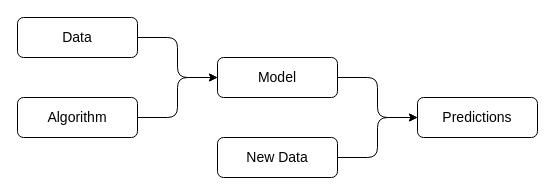
Earlier version of the draw.io diagram page "Modelling" (1 of 5) of docs/source/images/modelling.drawio (myautoml/myautoml). Source tidied: cells renumbered, new cells numbered last; positions are measured from the earlier drawing's top-left corner, leaving out a move shared by most shapes. Both pictures are drawn from the tidied source at 100%, with x=0, y=0 at pixel (17, 17).
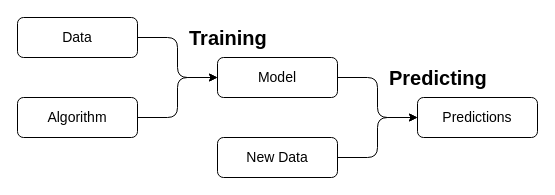
Above is the later version.

Commit message (it also covers changes not shown here):
Added labels to modelling diagram

Diff of the diagram source:
```diff
@@
 <mxGraphModel>
   <root>
     <mxCell id="0" />
     <mxCell id="1" parent="0" />
     <mxCell id="2" style="edgeStyle=orthogonalEdgeStyle;rounded=1;jettySize=auto;html=1;fontFamily=Arial;fontSize=14;" parent="1" edge="1" source="3" target="7">
       <mxGeometry relative="1" as="geometry" />
     </mxCell>
     <mxCell id="3" value="Data" style="rounded=1;whiteSpace=wrap;html=1;fontFamily=Arial;fontSize=14;" parent="1" vertex="1">
       <mxGeometry width="120" height="40" as="geometry" />
     </mxCell>
     <mxCell id="4" style="edgeStyle=orthogonalEdgeStyle;rounded=1;jettySize=auto;html=1;fontFamily=Arial;fontSize=14;" parent="1" edge="1" source="5" target="7">
       <mxGeometry relative="1" as="geometry" />
     </mxCell>
     <mxCell id="5" value="Algorithm" style="rounded=1;whiteSpace=wrap;html=1;fontFamily=Arial;fontSize=14;" parent="1" vertex="1">
       <mxGeometry y="80" width="120" height="40" as="geometry" />
     </mxCell>
     <mxCell id="6" style="edgeStyle=orthogonalEdgeStyle;rounded=1;jettySize=auto;html=1;entryX=0;entryY=0.5;entryDx=0;entryDy=0;fontFamily=Arial;fontSize=14;" parent="1" edge="1" source="7" target="10">
       <mxGeometry relative="1" as="geometry" />
     </mxCell>
     <mxCell id="7" value="Model" style="rounded=1;whiteSpace=wrap;html=1;fontFamily=Arial;fontSize=14;" parent="1" vertex="1">
       <mxGeometry x="200" y="40" width="120" height="40" as="geometry" />
     </mxCell>
     <mxCell id="8" style="edgeStyle=orthogonalEdgeStyle;rounded=1;jettySize=auto;html=1;entryX=0;entryY=0.5;entryDx=0;entryDy=0;fontFamily=Arial;fontSize=14;" parent="1" edge="1" source="9" target="10">
       <mxGeometry relative="1" as="geometry" />
     </mxCell>
     <mxCell id="9" value="New Data" style="rounded=1;whiteSpace=wrap;html=1;fontFamily=Arial;fontSize=14;" parent="1" vertex="1">
       <mxGeometry x="200" y="120" width="120" height="40" as="geometry" />
     </mxCell>
     <mxCell id="10" value="Predictions" style="rounded=1;whiteSpace=wrap;html=1;fontFamily=Arial;fontSize=14;" parent="1" vertex="1">
       <mxGeometry x="400" y="80" width="120" height="40" as="geometry" />
     </mxCell>
+    <mxCell id="11" value="&lt;b&gt;&lt;font style=&quot;font-size: 20px&quot;&gt;Training&lt;/font&gt;&lt;/b&gt;" style="text;html=1;strokeColor=none;fillColor=none;align=left;verticalAlign=middle;whiteSpace=wrap;rounded=0;dashed=1;fontFamily=Arial;fontSize=14;shadow=0;" parent="1" vertex="1">
+      <mxGeometry x="170" y="10" width="40" height="20" as="geometry" />
+    </mxCell>
+    <mxCell id="12" value="&lt;b&gt;&lt;font style=&quot;font-size: 20px&quot;&gt;Predicting&lt;/font&gt;&lt;/b&gt;" style="text;html=1;strokeColor=none;fillColor=none;align=left;verticalAlign=middle;whiteSpace=wrap;rounded=0;dashed=1;fontFamily=Arial;fontSize=14;shadow=0;" parent="1" vertex="1">
+      <mxGeometry x="370" y="50" width="40" height="20" as="geometry" />
+    </mxCell>
   </root>
 </mxGraphModel>
```
